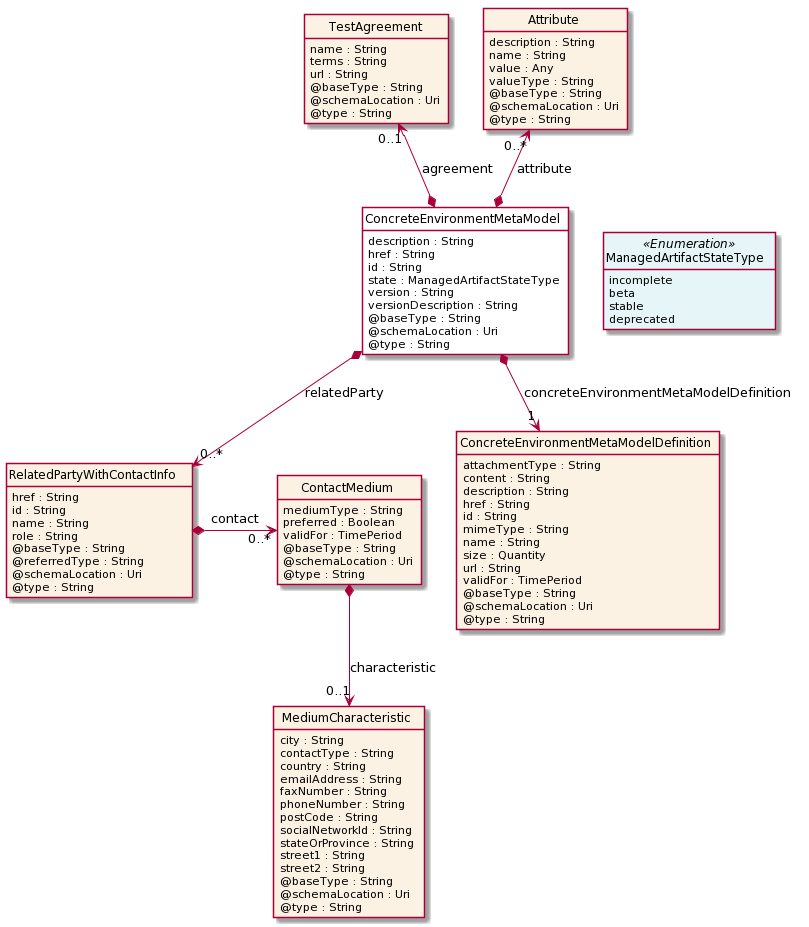
The PlantUML diagram apis/TMF705_Test_Environment/documentation/diagrams/Resource_ConcreteEnvironmentMetaModel.png in tmforum-apis/Open_Api_And_Data_Model, before a commit. The source it was exported from:
```plantuml
@startuml
hide circle
hide methods
hide stereotype
show <<Enumeration>> stereotype
skinparam class {
   BackgroundColor<<Enumeration>> #E6F5F7
   BackgroundColor<<Ref>> #FFFFE0
   BackgroundColor<<Pivot>> #FFFFFFF
   BackgroundColor #FCF2E3
}

class ConcreteEnvironmentMetaModel  <<Pivot>> {
    description : String
    href : String
    id : String
    state : ManagedArtifactStateType
    version : String
    versionDescription : String
    @baseType : String
    @schemaLocation : Uri
    @type : String
}

class ManagedArtifactStateType <<Enumeration>> {
    incomplete
    beta
    stable
    deprecated
}

class TestAgreement  {
    name : String
    terms : String
    url : String
    @baseType : String
    @schemaLocation : Uri
    @type : String
}

class ConcreteEnvironmentMetaModelDefinition  {
    attachmentType : String
    content : String
    description : String
    href : String
    id : String
    mimeType : String
    name : String
    size : Quantity
    url : String
    validFor : TimePeriod
    @baseType : String
    @schemaLocation : Uri
    @type : String
}

class RelatedPartyWithContactInfo  {
    href : String
    id : String
    name : String
    role : String
    @baseType : String
    @referredType : String
    @schemaLocation : Uri
    @type : String
}

class ContactMedium  {
    mediumType : String
    preferred : Boolean
    validFor : TimePeriod
    @baseType : String
    @schemaLocation : Uri
    @type : String
}

class MediumCharacteristic  {
    city : String
    contactType : String
    country : String
    emailAddress : String
    faxNumber : String
    phoneNumber : String
    postCode : String
    socialNetworkId : String
    stateOrProvince : String
    street1 : String
    street2 : String
    @baseType : String
    @schemaLocation : Uri
    @type : String
}

class Attribute  {
    description : String
    name : String
    value : Any
    valueType : String
    @baseType : String
    @schemaLocation : Uri
    @type : String
}

ConcreteEnvironmentMetaModel -right[hidden]-> ManagedArtifactStateType

Attribute "0..*" <--* ConcreteEnvironmentMetaModel : attribute

TestAgreement "0..1" <--* ConcreteEnvironmentMetaModel : agreement

ConcreteEnvironmentMetaModel *-->  "1" ConcreteEnvironmentMetaModelDefinition : concreteEnvironmentMetaModelDefinition

ConcreteEnvironmentMetaModel *-->  "0..*" RelatedPartyWithContactInfo : relatedParty

RelatedPartyWithContactInfo *-right-> "0..*" ContactMedium : contact

ContactMedium *-->  "0..1" MediumCharacteristic : characteristic

@enduml
```
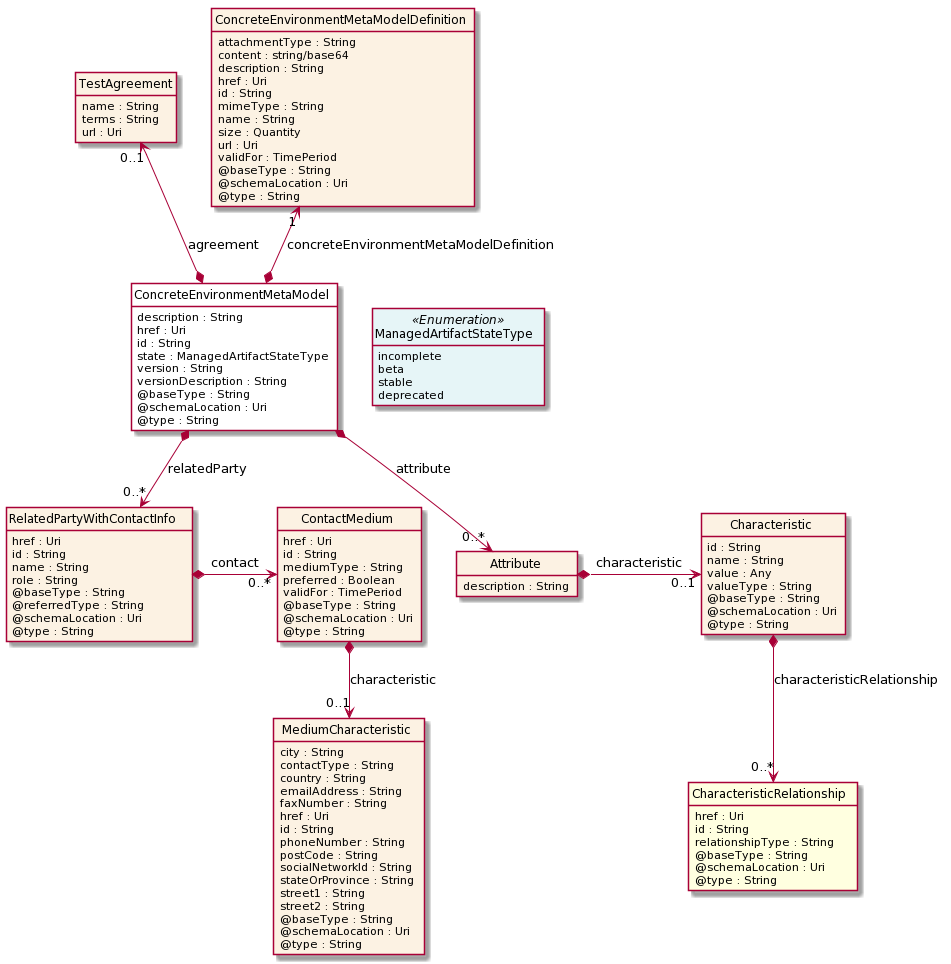
The same file after the commit.

Change to the diagram source:
```diff
@@ -12,7 +12,7 @@
 
 class ConcreteEnvironmentMetaModel  <<Pivot>> {
     description : String
-    href : String
+    href : Uri
     id : String
     state : ManagedArtifactStateType
     version : String
@@ -32,22 +32,19 @@
 class TestAgreement  {
     name : String
     terms : String
-    url : String
-    @baseType : String
-    @schemaLocation : Uri
-    @type : String
+    url : Uri
 }
 
 class ConcreteEnvironmentMetaModelDefinition  {
     attachmentType : String
-    content : String
+    content : string/base64
     description : String
-    href : String
+    href : Uri
     id : String
     mimeType : String
     name : String
     size : Quantity
-    url : String
+    url : Uri
     validFor : TimePeriod
     @baseType : String
     @schemaLocation : Uri
@@ -55,7 +52,7 @@
 }
 
 class RelatedPartyWithContactInfo  {
-    href : String
+    href : Uri
     id : String
     name : String
     role : String
@@ -66,6 +63,8 @@
 }
 
 class ContactMedium  {
+    href : Uri
+    id : String
     mediumType : String
     preferred : Boolean
     validFor : TimePeriod
@@ -80,6 +79,8 @@
     country : String
     emailAddress : String
     faxNumber : String
+    href : Uri
+    id : String
     phoneNumber : String
     postCode : String
     socialNetworkId : String
@@ -93,6 +94,10 @@
 
 class Attribute  {
     description : String
+}
+
+class Characteristic  {
+    id : String
     name : String
     value : Any
     valueType : String
@@ -101,13 +106,22 @@
     @type : String
 }
 
+class CharacteristicRelationship  <<Ref>> {
+    href : Uri
+    id : String
+    relationshipType : String
+    @baseType : String
+    @schemaLocation : Uri
+    @type : String
+}
+
 ConcreteEnvironmentMetaModel -right[hidden]-> ManagedArtifactStateType
-
-Attribute "0..*" <--* ConcreteEnvironmentMetaModel : attribute
 
 TestAgreement "0..1" <--* ConcreteEnvironmentMetaModel : agreement
 
-ConcreteEnvironmentMetaModel *-->  "1" ConcreteEnvironmentMetaModelDefinition : concreteEnvironmentMetaModelDefinition
+ConcreteEnvironmentMetaModelDefinition "1" <--* ConcreteEnvironmentMetaModel : concreteEnvironmentMetaModelDefinition
+
+ConcreteEnvironmentMetaModel *-->  "0..*" Attribute : attribute
 
 ConcreteEnvironmentMetaModel *-->  "0..*" RelatedPartyWithContactInfo : relatedParty
 
@@ -115,4 +129,8 @@
 
 ContactMedium *-->  "0..1" MediumCharacteristic : characteristic
 
+Attribute *-right-> "0..1" Characteristic : characteristic
+
+Characteristic *-->  "0..*" CharacteristicRelationship : characteristicRelationship
+
 @enduml
```
